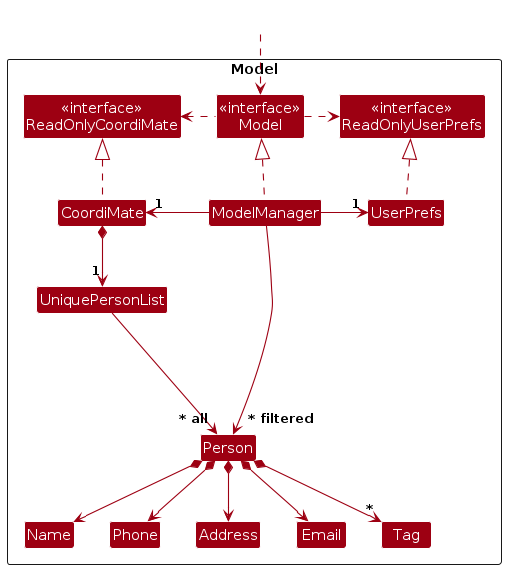
The PlantUML diagram diagrams/ModelClassDiagram.png in AY2627S1-CS2103T-W12-3/tp, before a commit. Its source is kept beside it as diagrams/ModelClassDiagram.puml.
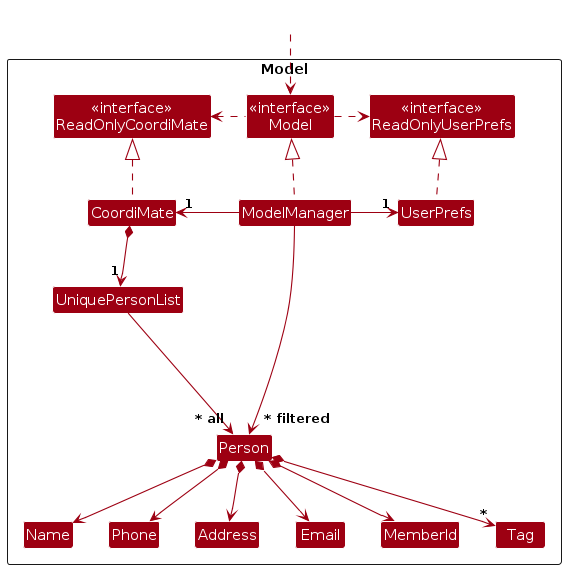
Above is the later version.

What changed in the source:
```diff
@@ -14,6 +14,7 @@
 
 Class UniquePersonList
 Class Person
+Class MemberId
 Class Address
 Class Email
 Class Name
@@ -37,6 +38,7 @@
 
 CoordiMate *--> "1" UniquePersonList
 UniquePersonList --> "~* all" Person
+Person *--> MemberId
 Person *--> Name
 Person *--> Phone
 Person *--> Email
```
